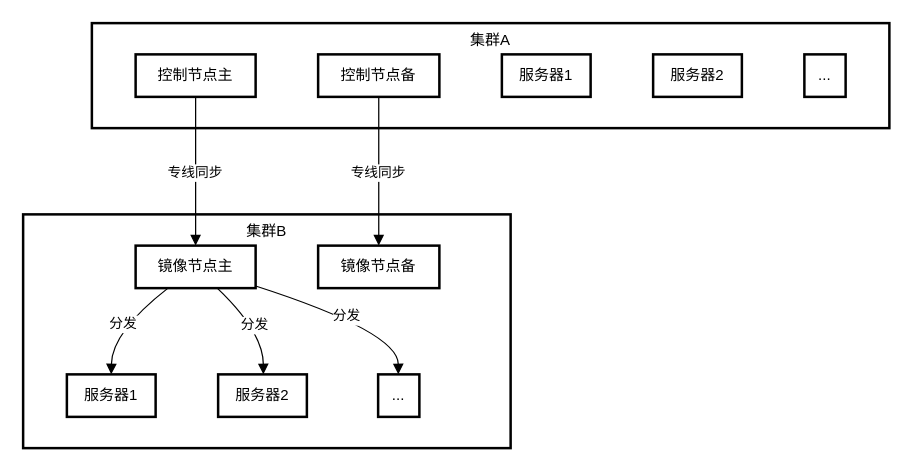
The draw.io diagram 文件分发.drawio in bachcuda/etltool, before the edit. Source tidied: cells renumbered, new cells numbered last; positions are measured from the earlier drawing's top-left corner, leaving out a move shared by most shapes. Both pictures are drawn from the tidied source at 125%, with x=0, y=0 at pixel (22, 22).
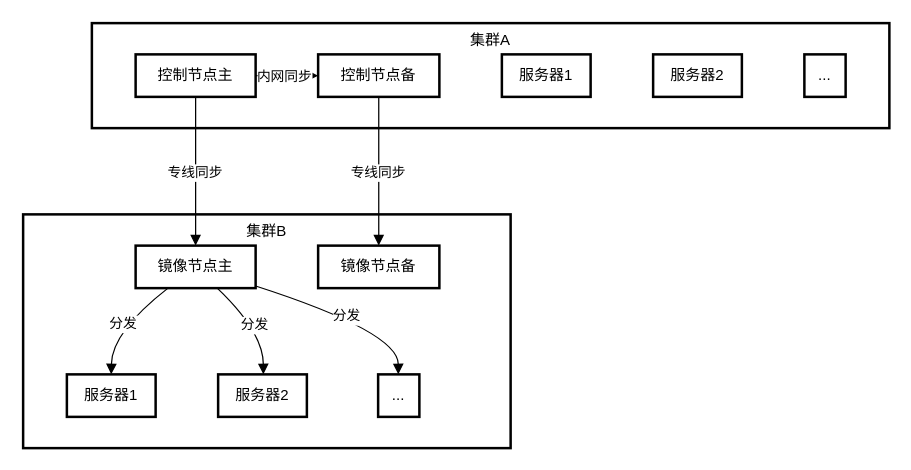
The same diagram, later.

Commit message (it also covers changes not shown here):
更新文件分发.drawio

Unchanged cells that the change refers to:
```xml
<mxCell id="9" value="控制节点主" style="whiteSpace=wrap;strokeWidth=2;" parent="1" vertex="1">
  <mxGeometry x="90" y="25" width="96" height="34" as="geometry" />
</mxCell>
<mxCell id="10" value="控制节点备" style="whiteSpace=wrap;strokeWidth=2;" parent="1" vertex="1">
  <mxGeometry x="236" y="25" width="97" height="34" as="geometry" />
</mxCell>
```

Change to the diagram source:
```diff
@@
+    <mxCell id="19" style="edgeStyle=orthogonalEdgeStyle;rounded=0;jettySize=auto;html=1;" parent="1" edge="1" source="9" target="10">
+      <mxGeometry relative="1" as="geometry" />
+    </mxCell>
+    <mxCell id="20" value="内网同步" style="edgeLabel;html=1;align=center;verticalAlign=middle;" parent="19" vertex="1">
+      <mxGeometry x="-0.12" relative="1" as="geometry" />
+    </mxCell>
```
